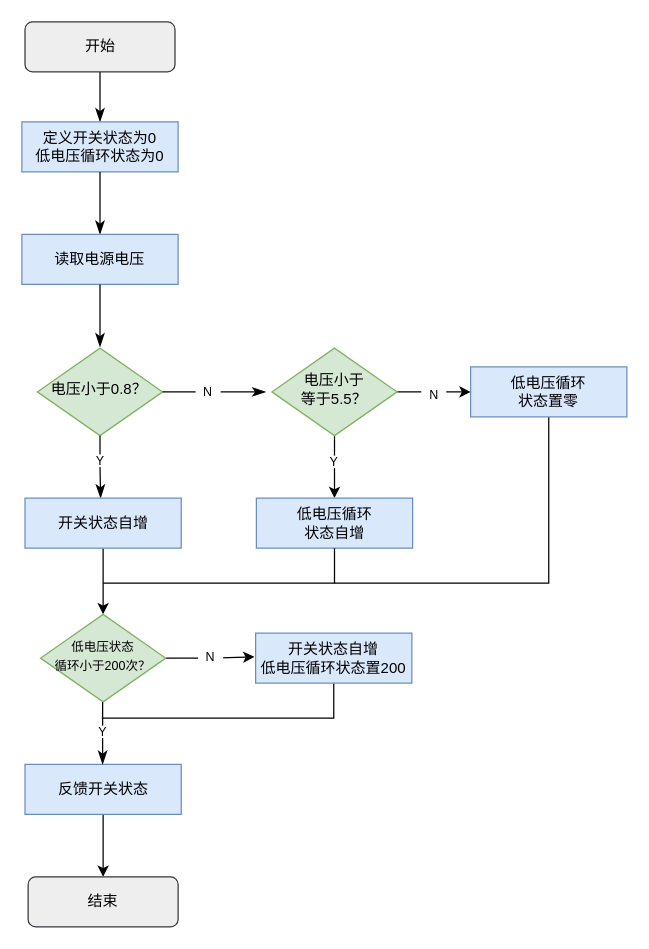
Earlier version of the draw.io diagram 舵机开关控制器.drawio (KAZAMA-DREAM/picture). Source tidied: cells renumbered, new cells numbered last; positions are measured from the earlier drawing's top-left corner, leaving out a move shared by most shapes. Both pictures are drawn from the tidied source at 125%, with x=0, y=0 at pixel (21, 21).
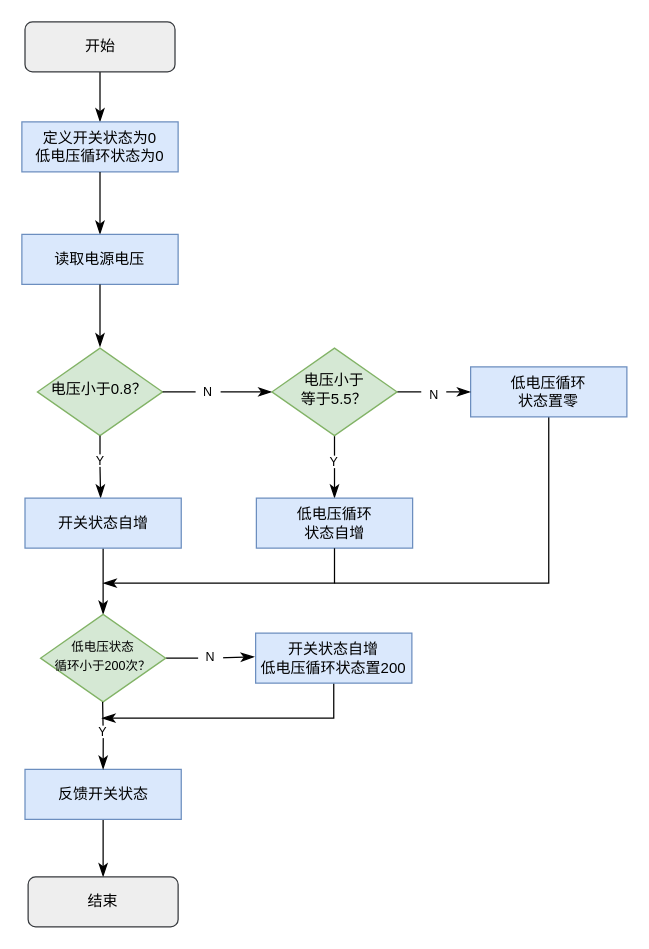
Above is the later version.

Commit message:
更新舵机开关控制器.drawio

The change refers to these unchanged cells:
```xml
<mxCell id="9" value="开关状态自增&lt;br&gt;低电压循环状态置200" style="rounded=0;whiteSpace=wrap;html=1;fillColor=#dae8fc;strokeColor=#6c8ebf;" parent="1" vertex="1">
  <mxGeometry x="187" y="489" width="125" height="40" as="geometry" />
</mxCell>
<mxCell id="10" value="&lt;font style=&quot;font-size: 12px;&quot;&gt;电压小于0.8？&lt;/font&gt;" style="rhombus;whiteSpace=wrap;html=1;shadow=0;fontFamily=Helvetica;fontSize=12;align=center;strokeWidth=1;spacing=6;spacingTop=-4;fillColor=#d5e8d4;strokeColor=#82b366;" parent="1" vertex="1">
  <mxGeometry x="12.4" y="261" width="100.2" height="70" as="geometry" />
</mxCell>
<mxCell id="14" value="开关状态自增" style="rounded=0;whiteSpace=wrap;html=1;fillColor=#dae8fc;strokeColor=#6c8ebf;" parent="1" vertex="1">
  <mxGeometry x="2.5" y="381" width="125" height="40" as="geometry" />
</mxCell>
<mxCell id="16" value="&lt;font style=&quot;font-size: 10px;&quot;&gt;低电压状态&lt;br&gt;循环小于200次？&lt;/font&gt;" style="rhombus;whiteSpace=wrap;html=1;shadow=0;fontFamily=Helvetica;fontSize=12;align=center;strokeWidth=1;spacing=6;spacingTop=-4;fillColor=#d5e8d4;strokeColor=#82b366;" parent="1" vertex="1">
  <mxGeometry x="14.9" y="474" width="100.2" height="70" as="geometry" />
</mxCell>
<mxCell id="21" value="结束" style="rounded=1;whiteSpace=wrap;html=1;fontSize=12;glass=0;strokeWidth=1;shadow=0;fillColor=#eeeeee;strokeColor=#36393d;" parent="1" vertex="1">
  <mxGeometry x="5" y="684" width="120" height="40" as="geometry" />
</mxCell>
<mxCell id="24" value="低电压循环&lt;br style=&quot;border-color: var(--border-color);&quot;&gt;状态置零" style="rounded=0;whiteSpace=wrap;html=1;fillColor=#dae8fc;strokeColor=#6c8ebf;" parent="1" vertex="1">
  <mxGeometry x="359" y="276" width="125" height="40" as="geometry" />
</mxCell>
<mxCell id="27" value="&lt;font style=&quot;font-size: 12px;&quot;&gt;电压小于&lt;br&gt;等于5.5？&lt;/font&gt;" style="rhombus;whiteSpace=wrap;html=1;shadow=0;fontFamily=Helvetica;fontSize=12;align=center;strokeWidth=1;spacing=6;spacingTop=-4;fillColor=#d5e8d4;strokeColor=#82b366;" parent="1" vertex="1">
  <mxGeometry x="200" y="261" width="100.2" height="70" as="geometry" />
</mxCell>
<mxCell id="29" value="低电压循环&lt;br&gt;状态自增" style="rounded=0;whiteSpace=wrap;html=1;fillColor=#dae8fc;strokeColor=#6c8ebf;" parent="1" vertex="1">
  <mxGeometry x="187.6" y="381" width="125" height="40" as="geometry" />
</mxCell>
```

Diff of the diagram source:
```diff
@@
-    <mxCell id="8" style="edgeStyle=orthogonalEdgeStyle;rounded=0;jettySize=auto;html=1;endArrow=none;endFill=0;" parent="1" edge="1" source="9">
+    <mxCell id="8" style="edgeStyle=orthogonalEdgeStyle;rounded=0;jettySize=auto;html=1;endArrow=classicThin;endFill=1;endSize=8;" parent="1" edge="1" source="9">
       <mxGeometry relative="1" as="geometry">
         <mxPoint x="64" y="557" as="targetPoint" />
         <Array as="points">
           <mxPoint x="249" y="557" />
         </Array>
       </mxGeometry>
     </mxCell>
@@
-    <mxCell id="11" style="rounded=0;html=1;jettySize=auto;fontSize=11;endArrow=classicThin;endFill=1;endSize=8;strokeWidth=1;shadow=0;labelBackgroundColor=none;edgeStyle=orthogonalEdgeStyle;exitX=1;exitY=0.5;exitDx=0;exitDy=0;entryX=0;entryY=0.5;entryDx=0;entryDy=0;" parent="1" edge="1" source="10">
-      <mxGeometry relative="1" as="geometry">
-        <mxPoint x="195.2" y="296" as="targetPoint" />
-      </mxGeometry>
+    <mxCell id="11" style="rounded=0;html=1;jettySize=auto;fontSize=11;endArrow=classicThin;endFill=1;endSize=8;strokeWidth=1;shadow=0;labelBackgroundColor=none;edgeStyle=orthogonalEdgeStyle;exitX=1;exitY=0.5;exitDx=0;exitDy=0;entryX=0;entryY=0.5;entryDx=0;entryDy=0;" parent="1" edge="1" source="10" target="27">
+      <mxGeometry relative="1" as="geometry" />
     </mxCell>
@@
-    <mxCell id="13" style="edgeStyle=orthogonalEdgeStyle;rounded=0;jettySize=auto;html=1;" parent="1" edge="1" source="14" target="16">
+    <mxCell id="13" style="edgeStyle=orthogonalEdgeStyle;rounded=0;jettySize=auto;html=1;endSize=8;endArrow=classicThin;endFill=1;" parent="1" edge="1" source="14" target="16">
       <mxGeometry relative="1" as="geometry" />
     </mxCell>
@@
-    <mxCell id="15" style="edgeStyle=orthogonalEdgeStyle;rounded=0;jettySize=auto;html=1;" parent="1" edge="1" source="16">
+    <mxCell id="15" style="edgeStyle=orthogonalEdgeStyle;rounded=0;jettySize=auto;html=1;endSize=8;endArrow=classicThin;endFill=1;" parent="1" edge="1" source="16">
       <mxGeometry relative="1" as="geometry">
         <mxPoint x="186" y="508" as="targetPoint" />
       </mxGeometry>
     </mxCell>
@@
-    <mxCell id="18" style="edgeStyle=orthogonalEdgeStyle;rounded=0;jettySize=auto;html=1;" parent="1" edge="1" source="19" target="21">
+    <mxCell id="18" style="edgeStyle=orthogonalEdgeStyle;rounded=0;jettySize=auto;html=1;endSize=8;endArrow=classicThin;endFill=1;" parent="1" edge="1" source="19" target="21">
       <mxGeometry relative="1" as="geometry" />
     </mxCell>
     <mxCell id="19" value="反馈开关状态" style="rounded=0;whiteSpace=wrap;html=1;fillColor=#dae8fc;strokeColor=#6c8ebf;" parent="1" vertex="1">
-      <mxGeometry x="2.5" y="594" width="125" height="40" as="geometry" />
+      <mxGeometry x="2.5" y="598" width="125" height="40" as="geometry" />
     </mxCell>
-    <mxCell id="20" style="rounded=0;html=1;jettySize=auto;orthogonalLoop=1;fontSize=11;endArrow=classicThin;endFill=1;endSize=8;strokeWidth=1;shadow=0;labelBackgroundColor=none;edgeStyle=orthogonalEdgeStyle;exitX=0.5;exitY=1;exitDx=0;exitDy=0;" parent="1" edge="1">
+    <mxCell id="20" style="rounded=0;html=1;jettySize=auto;fontSize=11;endArrow=classicThin;endFill=1;endSize=8;strokeWidth=1;shadow=0;labelBackgroundColor=none;edgeStyle=orthogonalEdgeStyle;exitX=0.5;exitY=1;exitDx=0;exitDy=0;entryX=0.5;entryY=0;entryDx=0;entryDy=0;" parent="1" edge="1" target="19">
       <mxGeometry relative="1" as="geometry">
         <mxPoint x="64.6" y="544" as="sourcePoint" />
-        <mxPoint x="64.6" y="594" as="targetPoint" />
       </mxGeometry>
     </mxCell>
@@
-    <mxCell id="23" style="edgeStyle=orthogonalEdgeStyle;rounded=0;jettySize=auto;html=1;exitX=0.5;exitY=1;exitDx=0;exitDy=0;endArrow=none;endFill=0;" parent="1" edge="1" source="24">
+    <mxCell id="23" style="edgeStyle=orthogonalEdgeStyle;rounded=0;jettySize=auto;html=1;exitX=0.5;exitY=1;exitDx=0;exitDy=0;endArrow=none;endFill=0;endSize=8;" parent="1" edge="1" source="24">
       <mxGeometry relative="1" as="geometry">
         <mxPoint x="250" y="449" as="targetPoint" />
         <Array as="points">
           <mxPoint x="422" y="449" />
         </Array>
       </mxGeometry>
     </mxCell>
@@
-    <mxCell id="25" style="edgeStyle=orthogonalEdgeStyle;rounded=0;jettySize=auto;html=1;" parent="1" edge="1" source="27" target="24">
+    <mxCell id="25" style="edgeStyle=orthogonalEdgeStyle;rounded=0;jettySize=auto;html=1;endSize=8;endArrow=classicThin;endFill=1;" parent="1" edge="1" source="27" target="24">
       <mxGeometry relative="1" as="geometry" />
     </mxCell>
-    <mxCell id="26" style="edgeStyle=orthogonalEdgeStyle;rounded=0;jettySize=auto;html=1;" parent="1" edge="1" source="27" target="29">
+    <mxCell id="26" style="edgeStyle=orthogonalEdgeStyle;rounded=0;jettySize=auto;html=1;endSize=8;endArrow=classicThin;endFill=1;" parent="1" edge="1" source="27" target="29">
       <mxGeometry relative="1" as="geometry" />
     </mxCell>
@@
-    <mxCell id="31" style="edgeStyle=orthogonalEdgeStyle;rounded=0;jettySize=auto;html=1;exitX=0.5;exitY=1;exitDx=0;exitDy=0;endArrow=none;endFill=0;" parent="1" edge="1" source="29">
+    <mxCell id="31" style="edgeStyle=orthogonalEdgeStyle;rounded=0;jettySize=auto;html=1;exitX=0.5;exitY=1;exitDx=0;exitDy=0;endArrow=classicThin;endFill=1;endSize=8;" parent="1" edge="1" source="29">
       <mxGeometry relative="1" as="geometry">
         <mxPoint x="65" y="449" as="targetPoint" />
         <Array as="points">
           <mxPoint x="250" y="449" />
         </Array>
       </mxGeometry>
     </mxCell>
```
